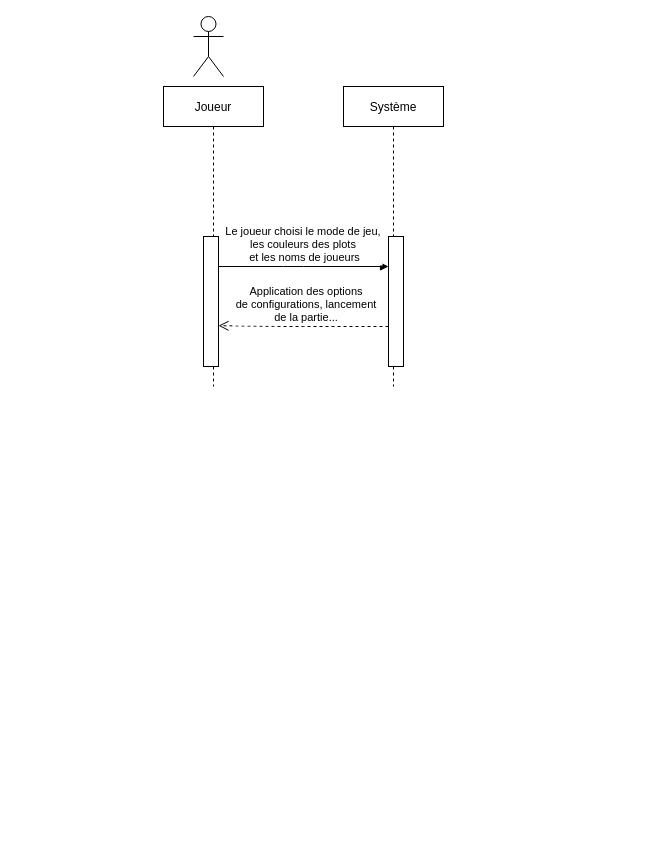
Above: 1-Spécifications/Sequence/Sequence-v2/DiagrammeDeSéquence_configurer_la_partie.drawio in Kimaaaaaaa/Plots-_Lumineux_BTS_2022-2024 (draw.io), before the change. Source tidied: cells renumbered, new cells numbered last; positions are measured from the earlier drawing's top-left corner, leaving out a move shared by most shapes. Both pictures are drawn from the tidied source at 100%, with x=0, y=0 at pixel (163, 16).
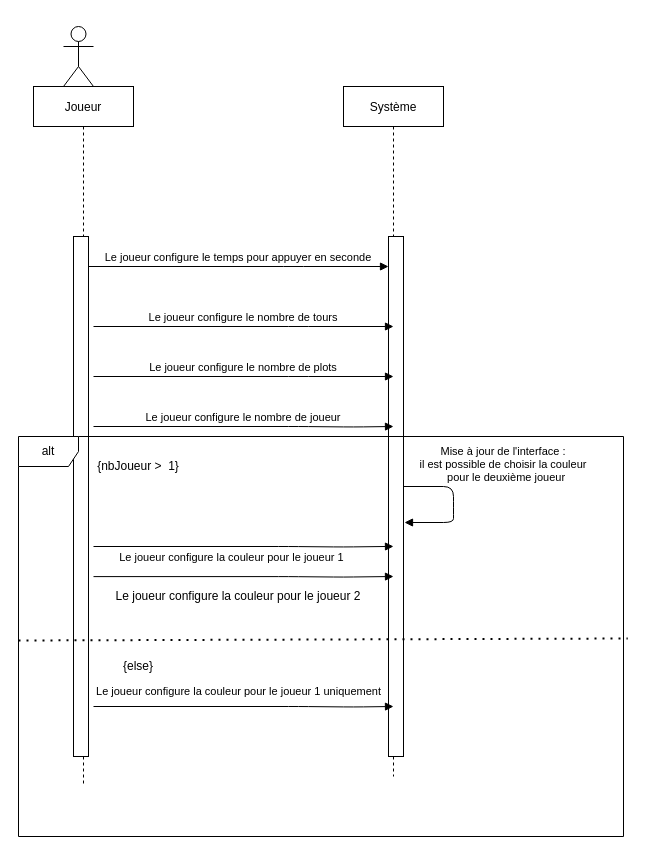
The same page after the edit.

The edit, as a diff of the source:
```diff
@@
     <mxCell id="2" value="Joueur" style="shape=umlLifeline;perimeter=lifelinePerimeter;rounded=0;shadow=0;strokeWidth=1;" parent="1" vertex="1">
-      <mxGeometry y="70" width="100" height="300" as="geometry" />
+      <mxGeometry x="-130" y="70" width="100" height="700" as="geometry" />
     </mxCell>
     <mxCell id="3" style="points=[];perimeter=orthogonalPerimeter;rounded=0;shadow=0;strokeWidth=1;" parent="2" vertex="1">
-      <mxGeometry x="40" y="150" width="15" height="130" as="geometry" />
+      <mxGeometry x="40" y="150" width="15" height="520" as="geometry" />
     </mxCell>
     <mxCell id="4" value="Système" style="shape=umlLifeline;perimeter=lifelinePerimeter;rounded=0;shadow=0;strokeWidth=1;" parent="1" vertex="1">
-      <mxGeometry x="180" y="70" width="100" height="300" as="geometry" />
+      <mxGeometry x="180" y="70" width="100" height="690" as="geometry" />
     </mxCell>
     <mxCell id="5" style="points=[];perimeter=orthogonalPerimeter;rounded=0;shadow=0;strokeWidth=1;" parent="4" vertex="1">
-      <mxGeometry x="45" y="150" width="15" height="130" as="geometry" />
+      <mxGeometry x="45" y="150" width="15" height="520" as="geometry" />
     </mxCell>
-    <mxCell id="6" value="Application des options&#10; de configurations, lancement &#10;de la partie..." style="verticalAlign=bottom;endArrow=open;dashed=1;endSize=8;shadow=0;strokeWidth=1;entryX=1;entryY=0.686;entryDx=0;entryDy=0;entryPerimeter=0;" parent="1" edge="1" source="5" target="3">
-      <mxGeometry x="-0.03" relative="1" as="geometry">
-        <Array as="points">
-          <mxPoint x="150" y="310" />
-          <mxPoint x="120" y="310" />
-        </Array>
-      </mxGeometry>
-    </mxCell>
-    <mxCell id="7" value="Le joueur choisi le mode de jeu, &#10;les couleurs des plots&#10; et les noms de joueurs" style="verticalAlign=bottom;endArrow=block;shadow=0;strokeWidth=1;" parent="1" edge="1" source="3" target="5">
+    <mxCell id="7" value="Le joueur configure le temps pour appuyer en seconde" style="verticalAlign=bottom;endArrow=block;shadow=0;strokeWidth=1;" parent="1" edge="1" source="3" target="5">
       <mxGeometry relative="1" as="geometry">
         <Array as="points">
           <mxPoint x="130" y="250" />
         </Array>
       </mxGeometry>
     </mxCell>
     <mxCell id="8" style="shape=umlActor;verticalLabelPosition=bottom;verticalAlign=top;html=1;" parent="1" vertex="1">
-      <mxGeometry x="30" width="30" height="60" as="geometry" />
+      <mxGeometry x="-100" y="10" width="30" height="60" as="geometry" />
     </mxCell>
+    <mxCell id="9" value="Le joueur configure le nombre de tours" style="verticalAlign=bottom;endArrow=block;shadow=0;strokeWidth=1;" parent="1" edge="1">
+      <mxGeometry relative="1" as="geometry">
+        <mxPoint x="-70" y="310" as="sourcePoint" />
+        <mxPoint x="230" y="310" as="targetPoint" />
+        <Array as="points">
+          <mxPoint x="135" y="310" />
+        </Array>
+      </mxGeometry>
+    </mxCell>
+    <mxCell id="10" value="alt" style="shape=umlFrame;whiteSpace=wrap;html=1;" parent="1" vertex="1">
+      <mxGeometry x="-145" y="420" width="605" height="400" as="geometry" />
+    </mxCell>
+    <mxCell id="11" value="Le joueur configure le nombre de plots" style="verticalAlign=bottom;endArrow=block;shadow=0;strokeWidth=1;" parent="1" edge="1">
+      <mxGeometry relative="1" as="geometry">
+        <mxPoint x="-70" y="360" as="sourcePoint" />
+        <mxPoint x="230" y="360" as="targetPoint" />
+        <Array as="points">
+          <mxPoint x="135" y="360" />
+        </Array>
+      </mxGeometry>
+    </mxCell>
+    <mxCell id="12" value="Le joueur configure le nombre de joueur" style="verticalAlign=bottom;endArrow=block;shadow=0;strokeWidth=1;" parent="1" edge="1">
+      <mxGeometry relative="1" as="geometry">
+        <mxPoint x="-70" y="410" as="sourcePoint" />
+        <mxPoint x="230" y="410" as="targetPoint" />
+        <Array as="points">
+          <mxPoint x="135" y="410" />
+          <mxPoint x="190" y="410.5" />
+        </Array>
+      </mxGeometry>
+    </mxCell>
+    <mxCell id="13" value="{nbJoueur &amp;gt;&amp;nbsp; 1}" style="text;html=1;strokeColor=none;fillColor=none;align=center;verticalAlign=middle;whiteSpace=wrap;rounded=0;" parent="1" vertex="1">
+      <mxGeometry x="-80" y="440" width="110" height="20" as="geometry" />
+    </mxCell>
+    <mxCell id="14" value="Mise à jour de l'interface : &#10;il est possible de choisir la couleur&#10;  pour le deuxième joueur" style="verticalAlign=bottom;endArrow=block;shadow=0;strokeWidth=1;entryX=1.067;entryY=0.55;entryDx=0;entryDy=0;entryPerimeter=0;" parent="1" edge="1" target="5">
+      <mxGeometry x="-0.26" y="50" relative="1" as="geometry">
+        <mxPoint x="240" y="470" as="sourcePoint" />
+        <Array as="points">
+          <mxPoint x="290" y="470" />
+          <mxPoint x="290" y="490" />
+          <mxPoint x="290" y="506" />
+        </Array>
+      </mxGeometry>
+    </mxCell>
+    <mxCell id="15" style="endArrow=none;dashed=1;html=1;dashPattern=1 3;strokeWidth=2;exitX=0;exitY=0.51;exitDx=0;exitDy=0;exitPerimeter=0;entryX=1.007;entryY=0.505;entryDx=0;entryDy=0;entryPerimeter=0;" parent="1" edge="1" source="10" target="10">
+      <mxGeometry relative="1" as="geometry" />
+    </mxCell>
+    <mxCell id="16" value="{else}" style="text;html=1;strokeColor=none;fillColor=none;align=center;verticalAlign=middle;whiteSpace=wrap;rounded=0;" parent="1" vertex="1">
+      <mxGeometry x="-80" y="640" width="110" height="20" as="geometry" />
+    </mxCell>
+    <mxCell id="17" value="Le joueur configure la couleur pour le joueur 1 " style="verticalAlign=bottom;endArrow=block;shadow=0;strokeWidth=1;" parent="1" edge="1">
+      <mxGeometry x="-0.07" y="140" relative="1" as="geometry">
+        <mxPoint x="-70" y="690" as="sourcePoint" />
+        <mxPoint x="230" y="690" as="targetPoint" />
+        <Array as="points">
+          <mxPoint x="135" y="690" />
+          <mxPoint x="190" y="690.5" />
+        </Array>
+      </mxGeometry>
+    </mxCell>
+    <mxCell id="18" style="verticalAlign=bottom;endArrow=block;shadow=0;strokeWidth=1;entryX=0.333;entryY=0.596;entryDx=0;entryDy=0;entryPerimeter=0;" parent="1" edge="1" target="5">
+      <mxGeometry relative="1" as="geometry">
+        <mxPoint x="-70" y="530" as="sourcePoint" />
+        <Array as="points">
+          <mxPoint x="125" y="530" />
+          <mxPoint x="180" y="530.5" />
+        </Array>
+      </mxGeometry>
+    </mxCell>
+    <mxCell id="19" style="verticalAlign=bottom;endArrow=block;shadow=0;strokeWidth=1;entryX=0.333;entryY=0.596;entryDx=0;entryDy=0;entryPerimeter=0;" parent="1" edge="1">
+      <mxGeometry relative="1" as="geometry">
+        <mxPoint x="-70" y="560.1" as="sourcePoint" />
+        <mxPoint x="230" y="560" as="targetPoint" />
+        <Array as="points">
+          <mxPoint x="125" y="560.1" />
+          <mxPoint x="180" y="560.6" />
+        </Array>
+      </mxGeometry>
+    </mxCell>
+    <mxCell id="20" value="Le joueur configure la couleur pour le joueur 2" style="text;html=1;strokeColor=none;fillColor=none;align=center;verticalAlign=middle;whiteSpace=wrap;rounded=0;" parent="1" vertex="1">
+      <mxGeometry x="-60" y="570" width="270" height="20" as="geometry" />
+    </mxCell>
+    <mxCell id="21" value="&lt;font style=&quot;font-size: 11px&quot;&gt;Le joueur configure la couleur pour le joueur 1 uniquement&lt;/font&gt;" style="text;html=1;strokeColor=none;fillColor=none;align=center;verticalAlign=middle;whiteSpace=wrap;rounded=0;" parent="1" vertex="1">
+      <mxGeometry x="-137.5" y="670" width="425" height="10" as="geometry" />
+    </mxCell>
```
